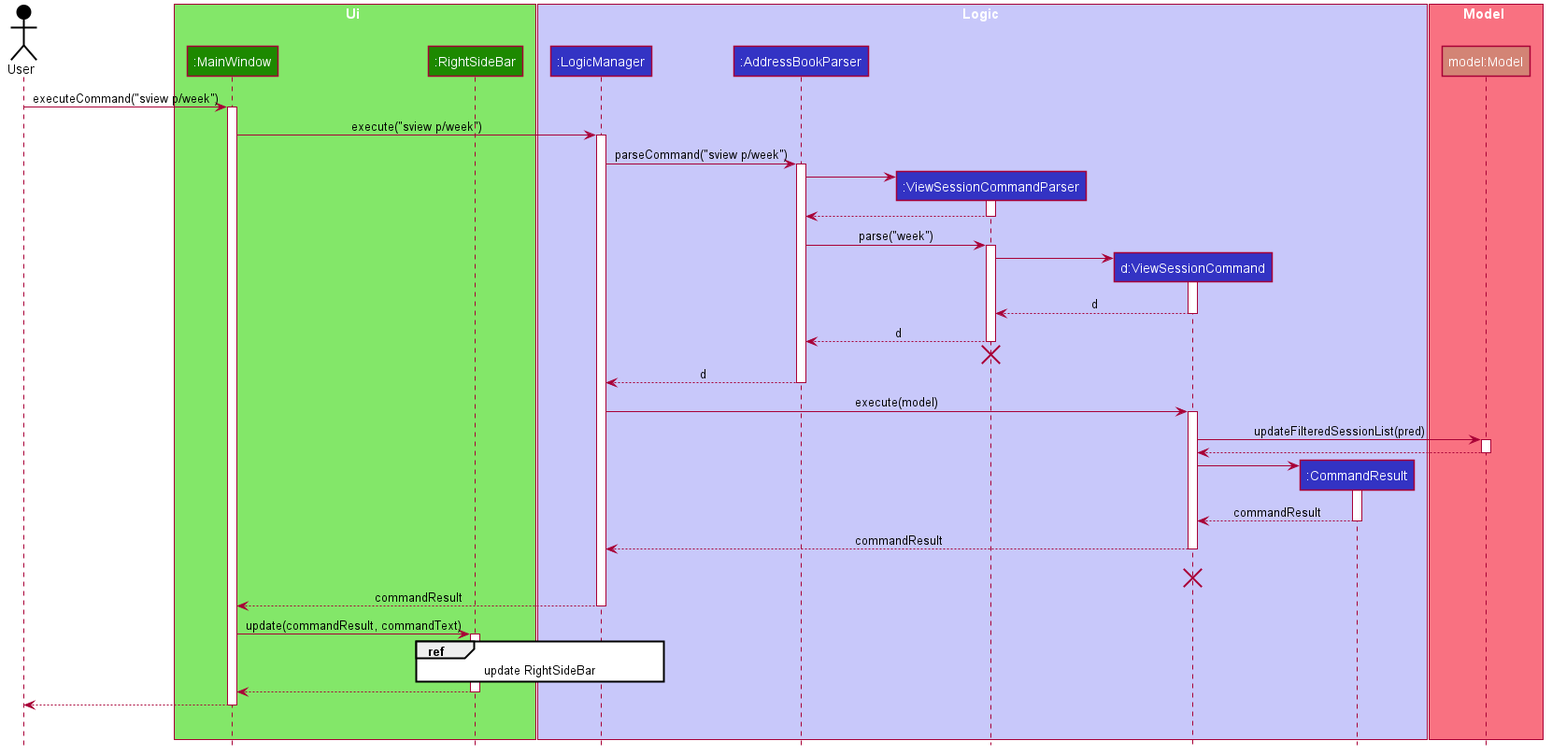
tanweijie123/tp keeps this PlantUML diagram as docs/images/ViewSessionSequenceDiagram.png. Above is the earlier version.
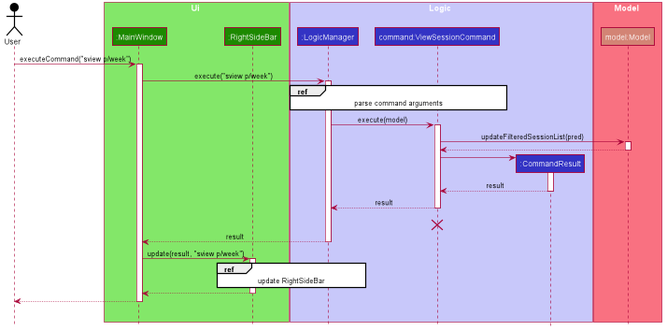
The same file after the commit.

Change to the diagram source:
```diff
@@ -50,7 +50,6 @@
 
 Actor User as user #000000
 
-
 box Ui #83E769
 participant ":MainWindow" as MainWindow #1D8900
 participant ":RightSideBar" as RightSideBar #1D8900
@@ -58,9 +57,7 @@
 
 box Logic #C8C8FA
 participant ":LogicManager" as LogicManager #3333C4
-participant ":AddressBookParser" as AddressBookParser #3333C4
-participant ":ViewSessionCommandParser" as ViewSessionCommandParser #3333C4
-participant "d:ViewSessionCommand" as ViewSessionCommand #3333C4
+participant "command:ViewSessionCommand" as ViewSessionCommand #3333C4
 participant ":CommandResult" as CommandResult #3333C4
 end box
 
@@ -74,33 +71,7 @@
 MainWindow-> LogicManager : execute("sview p/week")
 activate LogicManager
 
-LogicManager -> AddressBookParser : parseCommand("sview p/week")
-activate AddressBookParser
-
-create ViewSessionCommandParser
-AddressBookParser -> ViewSessionCommandParser
-activate ViewSessionCommandParser
-
-ViewSessionCommandParser --> AddressBookParser
-deactivate ViewSessionCommandParser
-
-AddressBookParser -> ViewSessionCommandParser : parse("week")
-activate ViewSessionCommandParser
-
-create ViewSessionCommand
-ViewSessionCommandParser -> ViewSessionCommand
-activate ViewSessionCommand
-
-ViewSessionCommand --> ViewSessionCommandParser : d
-deactivate ViewSessionCommand
-
-ViewSessionCommandParser --> AddressBookParser : d
-deactivate ViewSessionCommandParser
-ViewSessionCommandParser -[hidden]-> AddressBookParser
-destroy ViewSessionCommandParser
-
-AddressBookParser --> LogicManager : d
-deactivate AddressBookParser
+ref over LogicManager, ViewSessionCommand : parse command arguments
 
 LogicManager -> ViewSessionCommand : execute(model)
 activate ViewSessionCommand
@@ -115,17 +86,17 @@
 ViewSessionCommand -> CommandResult:
 activate CommandResult
 
-CommandResult --> ViewSessionCommand : commandResult
+CommandResult --> ViewSessionCommand : result
 deactivate CommandResult
 
-ViewSessionCommand --> LogicManager : commandResult
+ViewSessionCommand --> LogicManager : result
 deactivate ViewSessionCommand
-ViewSessionCommand -[hidden]-> LogicManager : commandResult
+ViewSessionCommand -[hidden]-> LogicManager : result
 destroy ViewSessionCommand
-MainWindow<--LogicManager : commandResult
+MainWindow<--LogicManager : result
 deactivate LogicManager
 
-MainWindow-> RightSideBar : update(commandResult, commandText)
+MainWindow-> RightSideBar : update(result, "sview p/week")
 activate RightSideBar
 
 ref over RightSideBar, LogicManager : update RightSideBar
```
